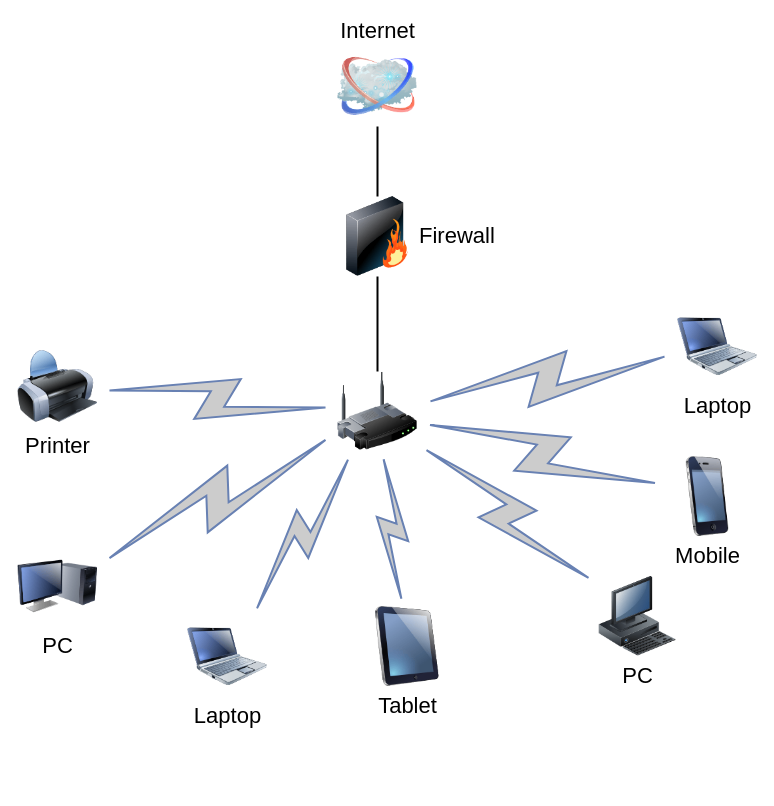
Above: winserv.drawio in ljamel/lab (draw.io), before the change. Source tidied: cells renumbered, new cells numbered last; positions are measured from the earlier drawing's top-left corner, leaving out a move shared by most shapes. Both pictures are drawn from the tidied source at 100%, with x=0, y=0 at pixel (17, 46).
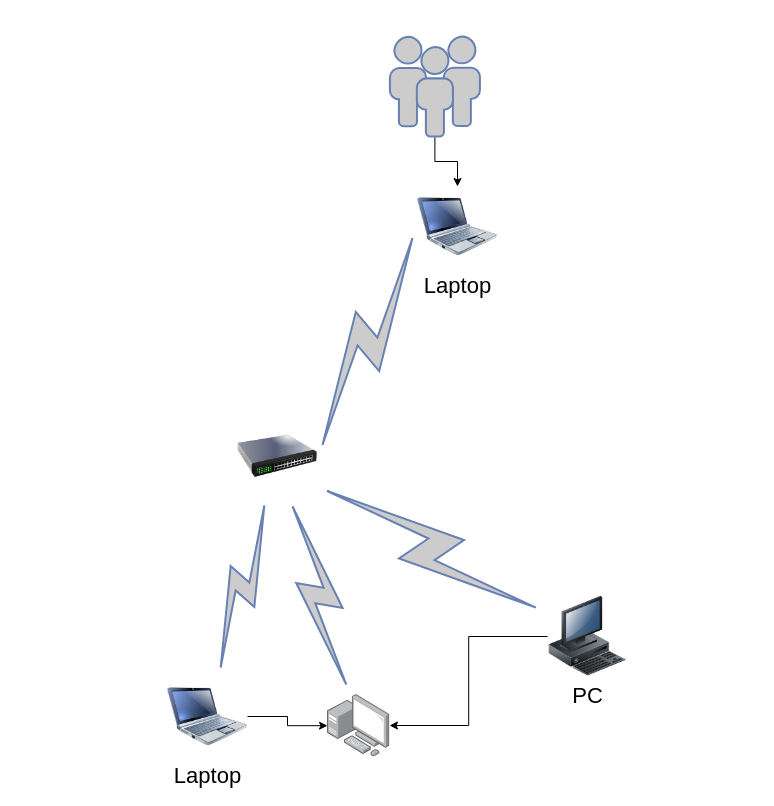
The same diagram, later.

The edit, as a diff of the source:
```diff
@@
-    <mxCell id="2" style="edgeStyle=none;rounded=0;html=1;labelBackgroundColor=none;endArrow=none;strokeWidth=2;fontFamily=Verdana;fontSize=22;" parent="1" edge="1" source="3" target="6">
-      <mxGeometry relative="1" as="geometry" />
-    </mxCell>
-    <mxCell id="3" style="image;html=1;labelBackgroundColor=#ffffff;image=img/lib/clip_art/networking/Wireless_Router_128x128.png;rounded=1;shadow=0;comic=0;strokeWidth=2;fontSize=22;" parent="1" vertex="1">
-      <mxGeometry x="320" y="325" width="80" height="80" as="geometry" />
-    </mxCell>
-    <mxCell id="4" value="Internet" style="image;html=1;labelBackgroundColor=#ffffff;image=img/lib/clip_art/networking/Cloud_128x128.png;rounded=1;shadow=0;comic=0;strokeWidth=2;fontSize=22;labelPosition=center;verticalLabelPosition=top;align=center;verticalAlign=bottom;" parent="1" vertex="1">
-      <mxGeometry x="320" width="80" height="80" as="geometry" />
-    </mxCell>
-    <mxCell id="5" style="edgeStyle=none;rounded=0;html=1;labelBackgroundColor=none;endArrow=none;strokeWidth=2;fontFamily=Verdana;fontSize=22;" parent="1" edge="1" source="6" target="4">
-      <mxGeometry relative="1" as="geometry" />
-    </mxCell>
-    <mxCell id="6" value="Firewall" style="image;html=1;labelBackgroundColor=#ffffff;image=img/lib/clip_art/networking/Firewall_128x128.png;rounded=1;shadow=0;comic=0;strokeWidth=2;fontSize=22;labelPosition=right;verticalLabelPosition=middle;align=left;verticalAlign=middle;" parent="1" vertex="1">
-      <mxGeometry x="320" y="150" width="80" height="80" as="geometry" />
-    </mxCell>
-    <mxCell id="7" value="Tablet" style="image;html=1;labelBackgroundColor=#ffffff;image=img/lib/clip_art/computers/iPad_128x128.png;rounded=1;shadow=0;comic=0;strokeWidth=2;fontSize=22;" parent="1" vertex="1">
-      <mxGeometry x="350" y="560" width="80" height="80" as="geometry" />
-    </mxCell>
-    <mxCell id="8" value="PC" style="image;html=1;labelBackgroundColor=#ffffff;image=img/lib/clip_art/computers/Monitor_Tower_128x128.png;rounded=1;shadow=0;comic=0;strokeWidth=2;fontSize=22;" parent="1" vertex="1">
-      <mxGeometry y="500" width="80" height="80" as="geometry" />
-    </mxCell>
-    <mxCell id="9" value="Printer" style="image;html=1;labelBackgroundColor=#ffffff;image=img/lib/clip_art/computers/Printer_128x128.png;rounded=1;shadow=0;comic=0;strokeWidth=2;fontSize=22;" parent="1" vertex="1">
-      <mxGeometry y="300" width="80" height="80" as="geometry" />
-    </mxCell>
+    <mxCell id="21" style="image;points=[];html=1;align=center;shadow=0;dashed=0;image=img/lib/allied_telesis/computer_and_terminals/Personal_Computer_with_Server.svg;" parent="1" vertex="1">
+      <mxGeometry x="310" y="648" width="62.4" height="62.4" as="geometry" />
+    </mxCell>
+    <mxCell id="22" style="edgeStyle=orthogonalEdgeStyle;rounded=0;jettySize=auto;html=1;entryX=0.994;entryY=0.497;entryDx=0;entryDy=0;entryPerimeter=0;" parent="1" edge="1" source="10" target="21">
+      <mxGeometry relative="1" as="geometry" />
+    </mxCell>
     <mxCell id="10" value="PC" style="image;html=1;labelBackgroundColor=#ffffff;image=img/lib/clip_art/computers/Workstation_128x128.png;rounded=1;shadow=0;comic=0;strokeWidth=2;fontSize=22;" parent="1" vertex="1">
-      <mxGeometry x="580" y="530" width="80" height="80" as="geometry" />
+      <mxGeometry x="530" y="550" width="80" height="80" as="geometry" />
     </mxCell>
-    <mxCell id="11" value="Mobile" style="image;html=1;labelBackgroundColor=#ffffff;image=img/lib/clip_art/telecommunication/iPhone_128x128.png;rounded=1;shadow=0;comic=0;strokeWidth=2;fontSize=22;" parent="1" vertex="1">
-      <mxGeometry x="650" y="410" width="80" height="80" as="geometry" />
-    </mxCell>
     <mxCell id="12" value="Laptop" style="image;html=1;labelBackgroundColor=#ffffff;image=img/lib/clip_art/computers/Netbook_128x128.png;rounded=1;shadow=0;comic=0;strokeColor=#000000;strokeWidth=2;fillColor=#FFFFFF;fontSize=22;fontColor=#000000;" parent="1" vertex="1">
-      <mxGeometry x="660" y="260" width="80" height="80" as="geometry" />
+      <mxGeometry x="400" y="140" width="80" height="80" as="geometry" />
     </mxCell>
+    <mxCell id="23" style="edgeStyle=orthogonalEdgeStyle;rounded=0;jettySize=auto;html=1;" parent="1" edge="1" source="13" target="21">
+      <mxGeometry relative="1" as="geometry" />
+    </mxCell>
     <mxCell id="13" value="Laptop" style="image;html=1;labelBackgroundColor=#ffffff;image=img/lib/clip_art/computers/Netbook_128x128.png;rounded=1;shadow=0;comic=0;strokeWidth=2;fontSize=22;" parent="1" vertex="1">
-      <mxGeometry x="170" y="570" width="80" height="80" as="geometry" />
+      <mxGeometry x="150" y="630" width="80" height="80" as="geometry" />
     </mxCell>
-    <mxCell id="14" style="html=1;fillColor=#CCCCCC;strokeColor=#6881B3;gradientColor=none;gradientDirection=north;strokeWidth=2;shape=mxgraph.networks.comm_link_edge;html=1;labelBackgroundColor=none;endArrow=none;fontFamily=Verdana;fontSize=22;fontColor=#000000;" parent="1" edge="1" source="9" target="3">
-      <mxGeometry relative="1" as="geometry" />
-    </mxCell>
-    <mxCell id="15" style="html=1;fillColor=#CCCCCC;strokeColor=#6881B3;gradientColor=none;gradientDirection=north;strokeWidth=2;shape=mxgraph.networks.comm_link_edge;html=1;labelBackgroundColor=none;endArrow=none;fontFamily=Verdana;fontSize=22;fontColor=#000000;fontStyle=1;" parent="1" edge="1" source="8" target="3">
+    <mxCell id="15" style="html=1;fillColor=#CCCCCC;strokeColor=#6881B3;gradientColor=none;gradientDirection=north;strokeWidth=2;shape=mxgraph.networks.comm_link_edge;html=1;labelBackgroundColor=none;endArrow=none;fontFamily=Verdana;fontSize=22;fontColor=#000000;fontStyle=1;" parent="1" edge="1" source="21" target="24">
       <mxGeometry relative="1" as="geometry" />
     </mxCell>
-    <mxCell id="16" style="html=1;fillColor=#CCCCCC;strokeColor=#6881B3;gradientColor=none;gradientDirection=north;strokeWidth=2;shape=mxgraph.networks.comm_link_edge;html=1;labelBackgroundColor=none;endArrow=none;fontFamily=Verdana;fontSize=22;fontColor=#000000;" parent="1" edge="1" source="13" target="3">
+    <mxCell id="16" style="html=1;fillColor=#CCCCCC;strokeColor=#6881B3;gradientColor=none;gradientDirection=north;strokeWidth=2;shape=mxgraph.networks.comm_link_edge;html=1;labelBackgroundColor=none;endArrow=none;fontFamily=Verdana;fontSize=22;fontColor=#000000;" parent="1" edge="1" source="13" target="24">
       <mxGeometry relative="1" as="geometry" />
     </mxCell>
-    <mxCell id="17" style="html=1;fillColor=#CCCCCC;strokeColor=#6881B3;gradientColor=none;gradientDirection=north;strokeWidth=2;shape=mxgraph.networks.comm_link_edge;html=1;labelBackgroundColor=none;endArrow=none;fontFamily=Verdana;fontSize=22;fontColor=#000000;" parent="1" edge="1" source="7" target="3">
-      <mxGeometry relative="1" as="geometry" />
-    </mxCell>
-    <mxCell id="18" style="html=1;fillColor=#CCCCCC;strokeColor=#6881B3;gradientColor=none;gradientDirection=north;strokeWidth=2;shape=mxgraph.networks.comm_link_edge;html=1;labelBackgroundColor=none;endArrow=none;fontFamily=Verdana;fontSize=22;fontColor=#000000;" parent="1" edge="1" source="10" target="3">
+    <mxCell id="18" style="html=1;fillColor=#CCCCCC;strokeColor=#6881B3;gradientColor=none;gradientDirection=north;strokeWidth=2;shape=mxgraph.networks.comm_link_edge;html=1;labelBackgroundColor=none;endArrow=none;fontFamily=Verdana;fontSize=22;fontColor=#000000;entryX=0.975;entryY=0.85;entryDx=0;entryDy=0;entryPerimeter=0;" parent="1" edge="1" source="10" target="24">
       <mxGeometry relative="1" as="geometry" />
     </mxCell>
-    <mxCell id="19" style="html=1;fillColor=#CCCCCC;strokeColor=#6881B3;gradientColor=none;gradientDirection=north;strokeWidth=2;shape=mxgraph.networks.comm_link_edge;html=1;labelBackgroundColor=none;endArrow=none;fontFamily=Verdana;fontSize=22;fontColor=#000000;" parent="1" edge="1" source="11" target="3">
-      <mxGeometry relative="1" as="geometry" />
-    </mxCell>
-    <mxCell id="20" style="html=1;fillColor=#CCCCCC;strokeColor=#6881B3;gradientColor=none;gradientDirection=north;strokeWidth=2;shape=mxgraph.networks.comm_link_edge;html=1;labelBackgroundColor=none;endArrow=none;fontFamily=Verdana;fontSize=22;fontColor=#000000;" parent="1" edge="1" source="12" target="3">
+    <mxCell id="20" style="html=1;fillColor=#CCCCCC;strokeColor=#6881B3;gradientColor=none;gradientDirection=north;strokeWidth=2;shape=mxgraph.networks.comm_link_edge;html=1;labelBackgroundColor=none;endArrow=none;fontFamily=Verdana;fontSize=22;fontColor=#000000;entryX=1;entryY=0.5;entryDx=0;entryDy=0;exitX=0;exitY=0.5;exitDx=0;exitDy=0;" parent="1" edge="1" source="12" target="24">
       <mxGeometry relative="1" as="geometry" />
     </mxCell>
+    <mxCell id="24" style="image;html=1;image=img/lib/clip_art/networking/Switch_128x128.png;" parent="1" vertex="1">
+      <mxGeometry x="220" y="370" width="80" height="80" as="geometry" />
+    </mxCell>
+    <mxCell id="25" style="edgeStyle=orthogonalEdgeStyle;rounded=0;jettySize=auto;html=1;" parent="1" edge="1" source="26" target="12">
+      <mxGeometry relative="1" as="geometry" />
+    </mxCell>
+    <mxCell id="26" style="fontColor=#0066CC;verticalAlign=top;verticalLabelPosition=bottom;labelPosition=center;align=center;html=1;outlineConnect=0;fillColor=#CCCCCC;strokeColor=#6881B3;gradientColor=none;gradientDirection=north;strokeWidth=2;shape=mxgraph.networks.users;" parent="1" vertex="1">
+      <mxGeometry x="372.4" y="-10" width="90" height="100" as="geometry" />
+    </mxCell>
```
